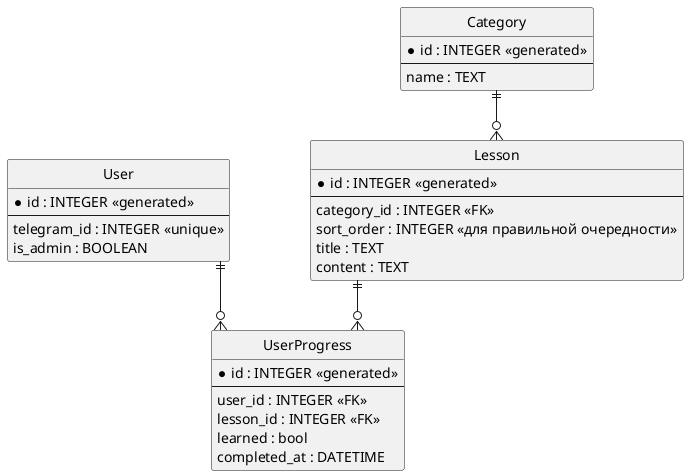
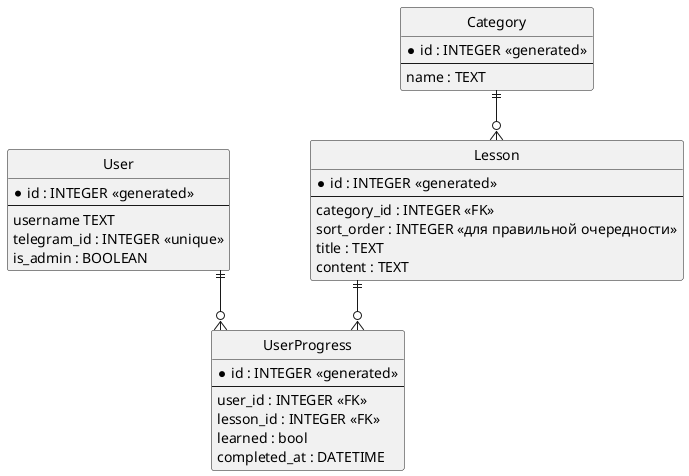
@startuml
hide circle
skinparam linetype ortho
skinparam nodesep 80
skinparam ranksep 50

entity User {
  * id : INTEGER <<generated>>
  --
+   username TEXT
  telegram_id : INTEGER <<unique>>
  is_admin : BOOLEAN
}

entity Category {
  * id : INTEGER <<generated>>
  --
  name : TEXT
}

entity Lesson {
  * id : INTEGER <<generated>>
  --
  category_id : INTEGER <<FK>>
  sort_order : INTEGER <<для правильной очередности>>
  title : TEXT
  content : TEXT
}

entity UserProgress {
  * id : INTEGER <<generated>>
  --
  user_id : INTEGER <<FK>>
  lesson_id : INTEGER <<FK>>
  learned : bool
  completed_at : DATETIME
}

' Связи
Category ||--o{ Lesson
User ||--o{ UserProgress
Lesson ||--o{ UserProgress
@enduml